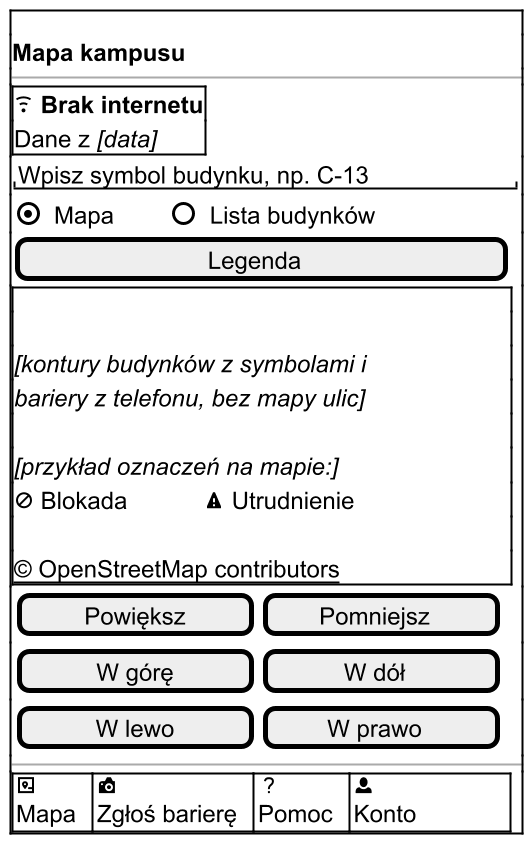
dostepny-kampus/dostepny-kampus keeps this PlantUML diagram as docs/docs/_generated/m-v1-mapa-brak-sieci.png. Above is the earlier version.
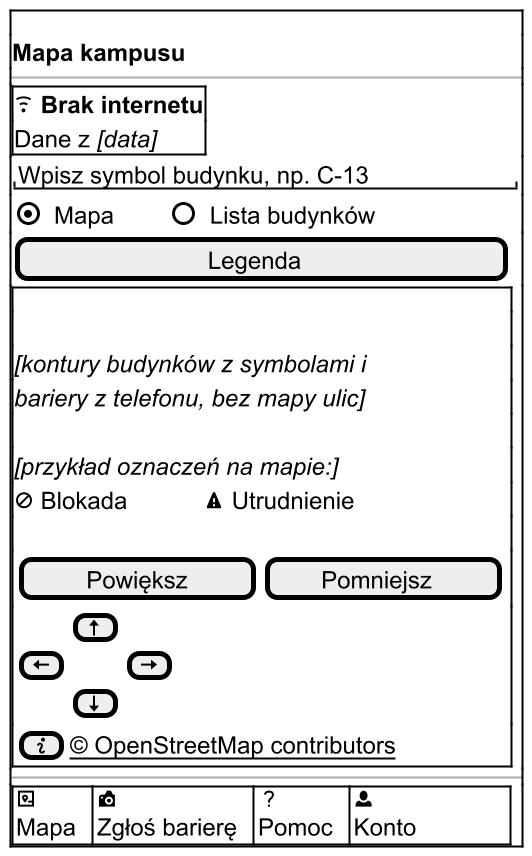
The same file after the commit.

The edit, as a diff of the source:
```diff
@@ -8,8 +8,7 @@
 $pole_tekstowe("Wpisz symbol budynku, np. C-13")
 $przelacznik("Mapa", "Lista budynków", 1)
 $przycisk("Legenda")
-$mapa("kontury budynków z symbolami i bariery z telefonu, bez mapy ulic", $blokada() + $dk_spacje(6) + $utrudnienie())
-$przyciski_mapy()
+$mapa("kontury budynków z symbolami i bariery z telefonu, bez mapy ulic", $blokada() + $dk_spacje(6) + $utrudnienie(), "info")
 $pasek_dolny_konto()
 $ekran_koniec()
 @endsalt
```
